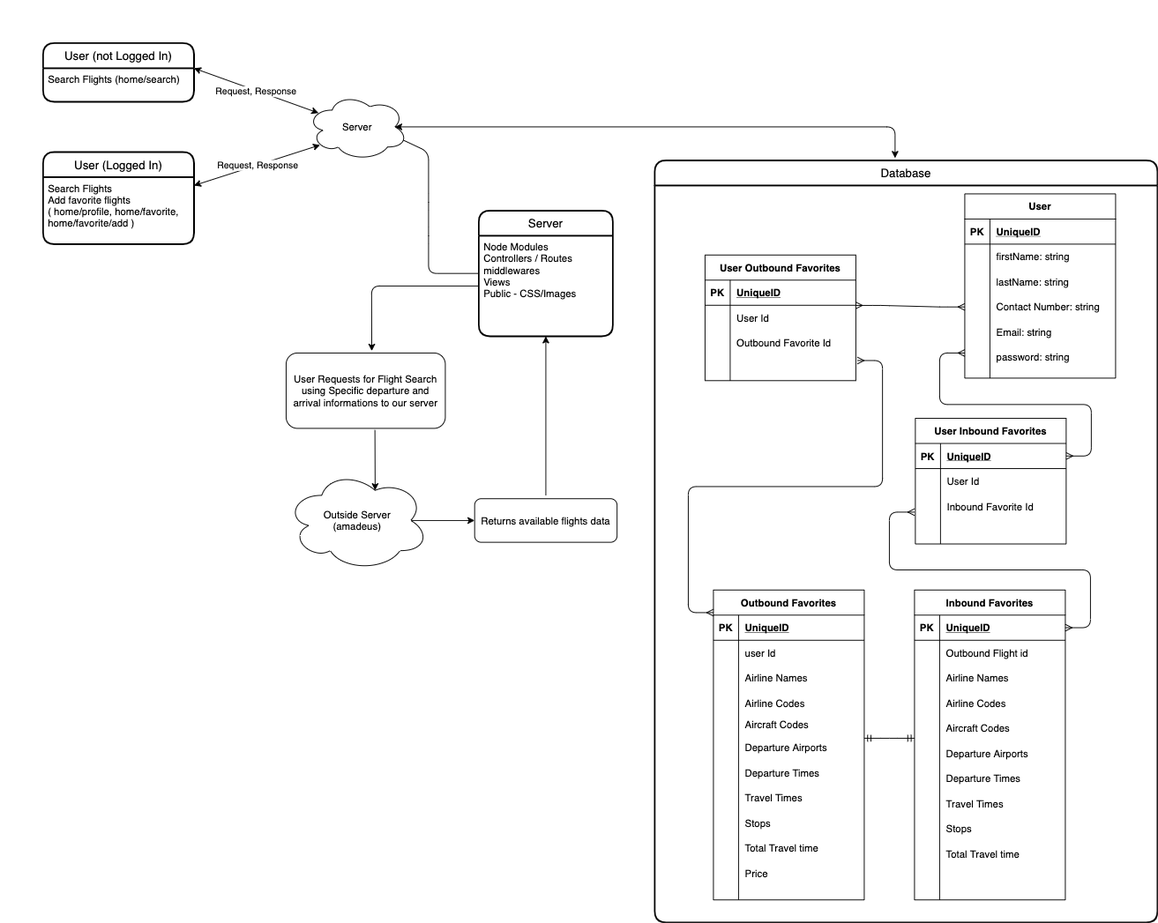
subrataroy321/project_2_flight_search_app keeps this draw.io diagram as FlightSearch1.png. Above is the earlier version. Source tidied: cells renumbered, new cells last; positions are measured from the earlier drawing's top-left corner, leaving out a move shared by most shapes.
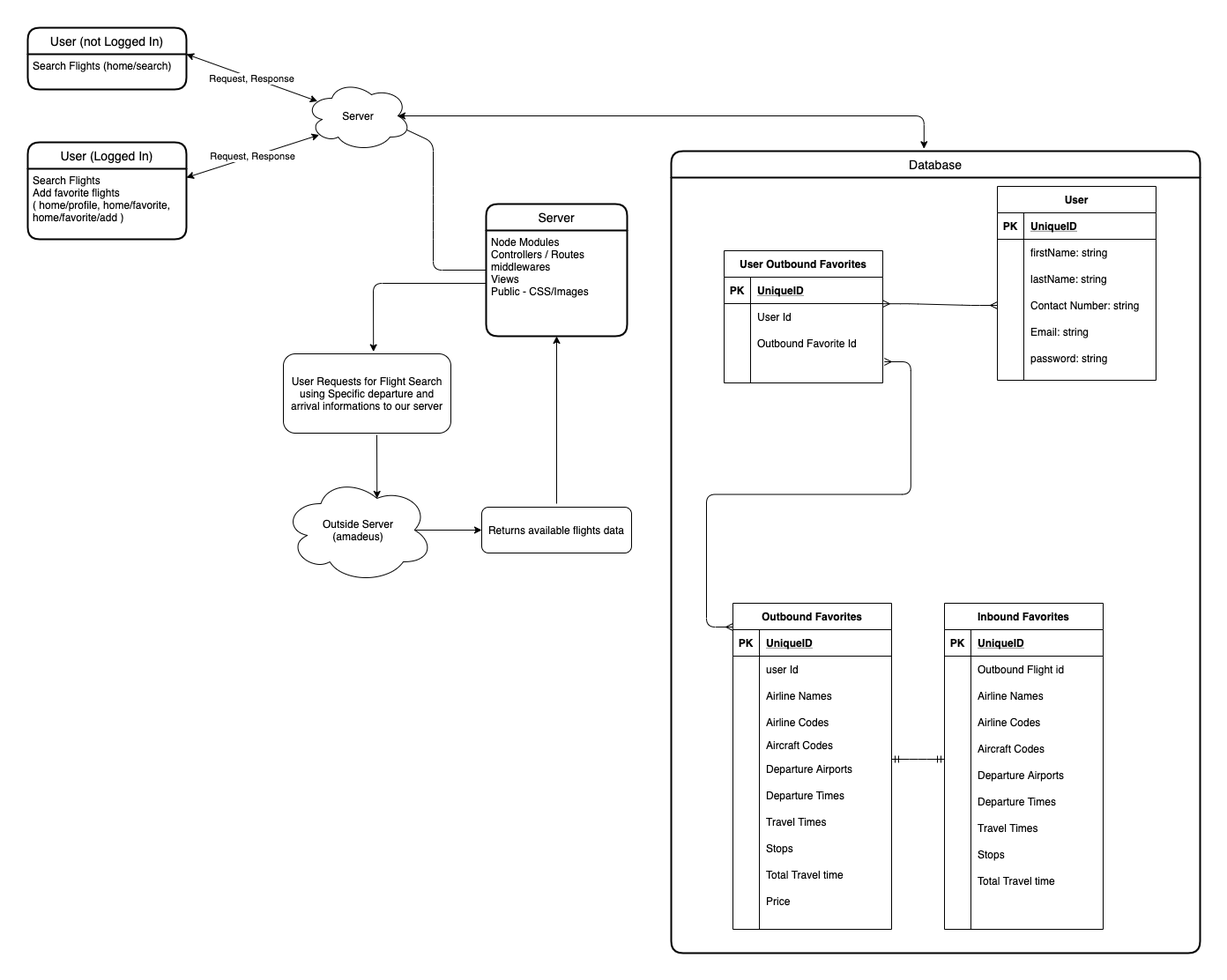
Later version of the same file.

The edit, as a diff of the source:
```diff
@@ -197,16 +197,6 @@
         <mxPoint x="70" y="540" as="targetPoint" />
       </mxGeometry>
     </mxCell>
-    <mxCell id="65" style="edgeStyle=entityRelationEdgeStyle;fontSize=12;html=1;endArrow=ERmany;startArrow=ERmany;exitX=1;exitY=0.5;exitDx=0;exitDy=0;" parent="63" edge="1" source="85">
-      <mxGeometry relative="1" as="geometry">
-        <mxPoint x="370" y="230" as="targetPoint" />
-      </mxGeometry>
-    </mxCell>
-    <mxCell id="66" style="edgeStyle=entityRelationEdgeStyle;fontSize=12;html=1;endArrow=ERmany;startArrow=ERmany;" parent="63" edge="1" source="24">
-      <mxGeometry relative="1" as="geometry">
-        <mxPoint x="310" y="420" as="targetPoint" />
-      </mxGeometry>
-    </mxCell>
     <mxCell id="67" style="edgeStyle=entityRelationEdgeStyle;fontSize=12;html=1;endArrow=ERmandOne;startArrow=ERmandOne;" parent="63" edge="1">
       <mxGeometry relative="1" as="geometry">
         <mxPoint x="250" y="690" as="sourcePoint" />
@@ -261,45 +251,6 @@
     <mxCell id="83" style="shape=partialRectangle;fillColor=none;top=0;left=0;bottom=0;right=0;align=left;spacingLeft=6;overflow=hidden;" parent="81" vertex="1">
       <mxGeometry x="30" width="150" height="30" as="geometry" />
     </mxCell>
-    <mxCell id="84" value="User Inbound Favorites" style="shape=table;startSize=30;rowLines=0;fontStyle=1;align=center;" parent="1" vertex="1">
-      <mxGeometry x="1041" y="448" width="180" height="150" as="geometry" />
-    </mxCell>
-    <mxCell id="85" style="shape=partialRectangle;fillColor=none;top=0;left=0;bottom=1;right=0;points=[[0,0.5],[1,0.5]];portConstraint=eastwest;" parent="84" vertex="1">
-      <mxGeometry y="30" width="180" height="30" as="geometry" />
-    </mxCell>
-    <mxCell id="86" value="PK" style="shape=partialRectangle;fillColor=none;top=0;left=0;bottom=0;right=0;fontStyle=1;overflow=hidden;" parent="85" vertex="1">
-      <mxGeometry width="30" height="30" as="geometry" />
-    </mxCell>
-    <mxCell id="87" value="UniqueID" style="shape=partialRectangle;fillColor=none;top=0;left=0;bottom=0;right=0;align=left;spacingLeft=6;fontStyle=5;overflow=hidden;" parent="85" vertex="1">
-      <mxGeometry x="30" width="150" height="30" as="geometry" />
-    </mxCell>
-    <mxCell id="88" style="shape=partialRectangle;fillColor=none;top=0;left=0;bottom=0;right=0;" parent="84" vertex="1">
-      <mxGeometry y="60" width="180" height="30" as="geometry" />
-    </mxCell>
-    <mxCell id="89" style="shape=partialRectangle;fillColor=none;top=0;left=0;bottom=0;right=0;overflow=hidden;" parent="88" vertex="1">
-      <mxGeometry width="30" height="30" as="geometry" />
-    </mxCell>
-    <mxCell id="90" value="User Id" style="shape=partialRectangle;fillColor=none;top=0;left=0;bottom=0;right=0;align=left;spacingLeft=6;overflow=hidden;" parent="88" vertex="1">
-      <mxGeometry x="30" width="150" height="30" as="geometry" />
-    </mxCell>
-    <mxCell id="91" style="shape=partialRectangle;fillColor=none;top=0;left=0;bottom=0;right=0;" parent="84" vertex="1">
-      <mxGeometry y="90" width="180" height="30" as="geometry" />
-    </mxCell>
-    <mxCell id="92" style="shape=partialRectangle;fillColor=none;top=0;left=0;bottom=0;right=0;overflow=hidden;" parent="91" vertex="1">
-      <mxGeometry width="30" height="30" as="geometry" />
-    </mxCell>
-    <mxCell id="93" value="Inbound Favorite Id" style="shape=partialRectangle;fillColor=none;top=0;left=0;bottom=0;right=0;align=left;spacingLeft=6;overflow=hidden;" parent="91" vertex="1">
-      <mxGeometry x="30" width="150" height="30" as="geometry" />
-    </mxCell>
-    <mxCell id="94" style="shape=partialRectangle;fillColor=none;top=0;left=0;bottom=0;right=0;" parent="84" vertex="1">
-      <mxGeometry y="120" width="180" height="30" as="geometry" />
-    </mxCell>
-    <mxCell id="95" style="shape=partialRectangle;fillColor=none;top=0;left=0;bottom=0;right=0;overflow=hidden;" parent="94" vertex="1">
-      <mxGeometry width="30" height="30" as="geometry" />
-    </mxCell>
-    <mxCell id="96" style="shape=partialRectangle;fillColor=none;top=0;left=0;bottom=0;right=0;align=left;spacingLeft=6;overflow=hidden;" parent="94" vertex="1">
-      <mxGeometry x="30" width="150" height="30" as="geometry" />
-    </mxCell>
     <mxCell id="97" style="edgeStyle=entityRelationEdgeStyle;fontSize=12;html=1;endArrow=ERmany;startArrow=ERmany;exitX=0.999;exitY=0.006;exitDx=0;exitDy=0;exitPerimeter=0;entryX=0;entryY=0.5;entryDx=0;entryDy=0;" parent="1" edge="1" source="75" target="18">
       <mxGeometry relative="1" as="geometry" />
     </mxCell>
```
